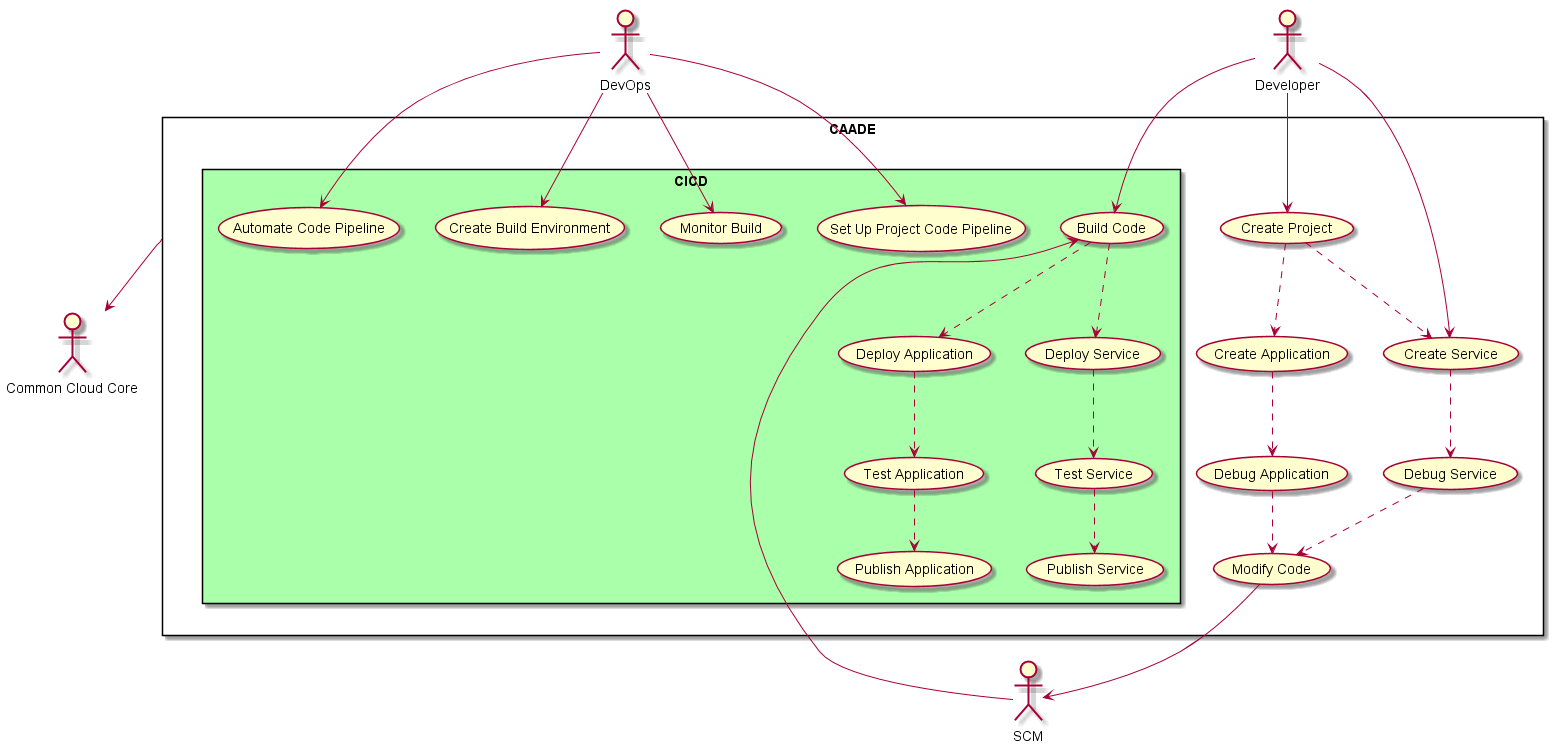
CAADE/CAADE keeps this PlantUML diagram as docs/UseCases/DetailedUseCases.png. Above is the earlier version. Its diagram source:
```plantuml
@startuml

:Developer: as Dev
:DevOps: as DevOps
:Common Cloud Core: as C3
:SCM: as SCM
:CI/CD: as CICD

rectangle CAADE {
    (Create Application) as CA
    (Create Service) as CM
    (Create Project) as CP
    (Debug Application) as DA
    (Debug Service) as DM
    (Modify Code) as MC
    rectangle CICD #aaffaa {
        (Deploy Application) as DpA
        (Deploy Service) as DpM
        (Publish Application) as PA
        (Publish Service) as PM
        (Test Application) as TA
        (Test Service) as TM
        (Create Build Environment) as CBE
        (Automate Code Pipeline) as ACP
        (Set Up Project Code Pipeline) as SUPCP
        (Build Code) as BC
        (Monitor Build) as MB
    }
}

DevOps --> ACP
DevOps --> SUPCP
DevOps --> CBE
DevOps --> MB
Dev -> CP
CP ..> CA
Dev --> CM
CP ..> CM
CA ..> DA
CM ..> DM
DM ..> MC
DA ..> MC
CAADE --> C3
BC ..> DpA
BC ..> DpM
MC --> SCM
SCM -> BC
Dev --> BC
DpA ..> TA
DpM ..> TM
TA ..> PA
TM ..> PM


@enduml
```
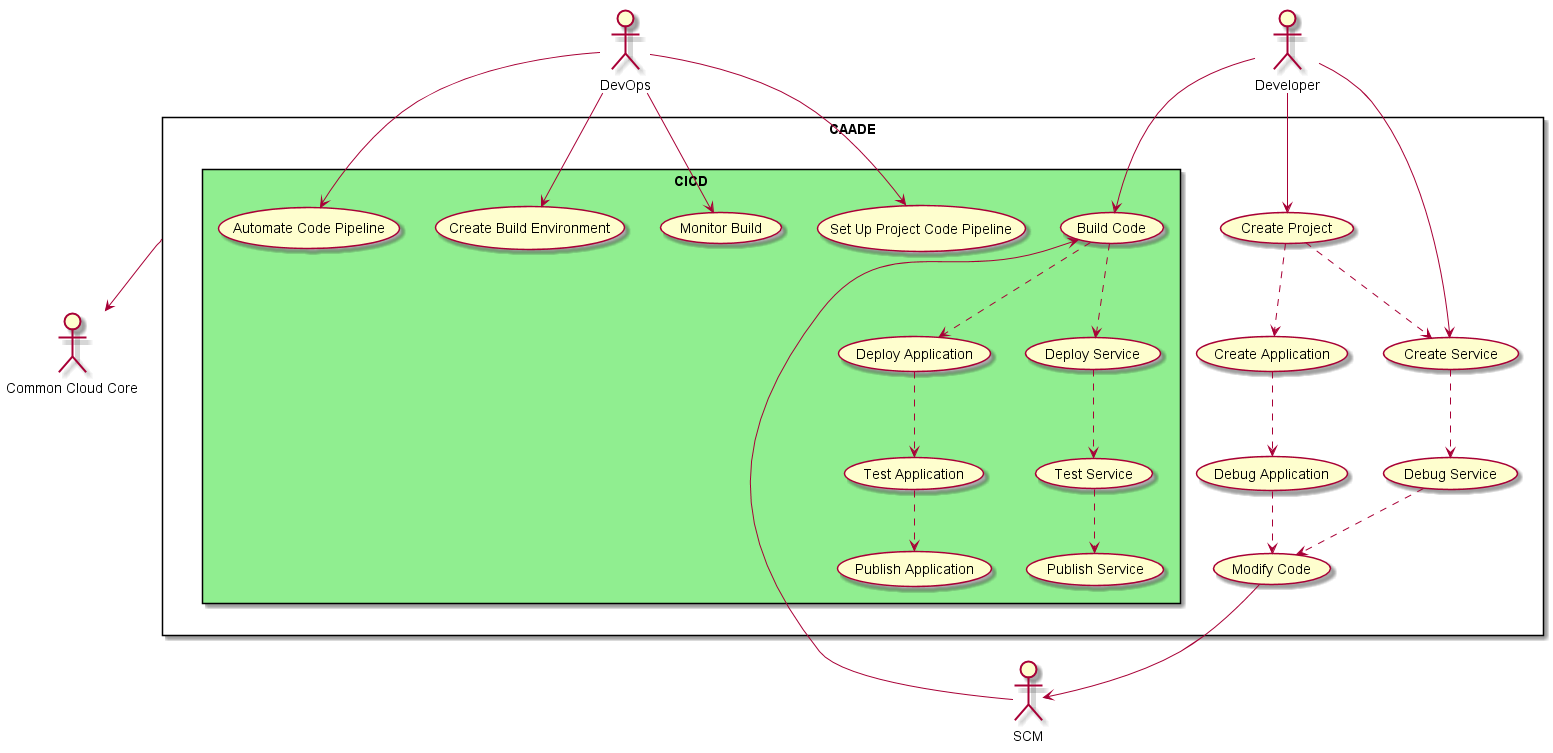
The same diagram one commit later.

Diff of the diagram source:
```diff
@@ -13,7 +13,7 @@
     (Debug Application) as DA
     (Debug Service) as DM
     (Modify Code) as MC
-    rectangle CICD #aaffaa {
+    rectangle CICD #lightgreen {
         (Deploy Application) as DpA
         (Deploy Service) as DpM
         (Publish Application) as PA
```
